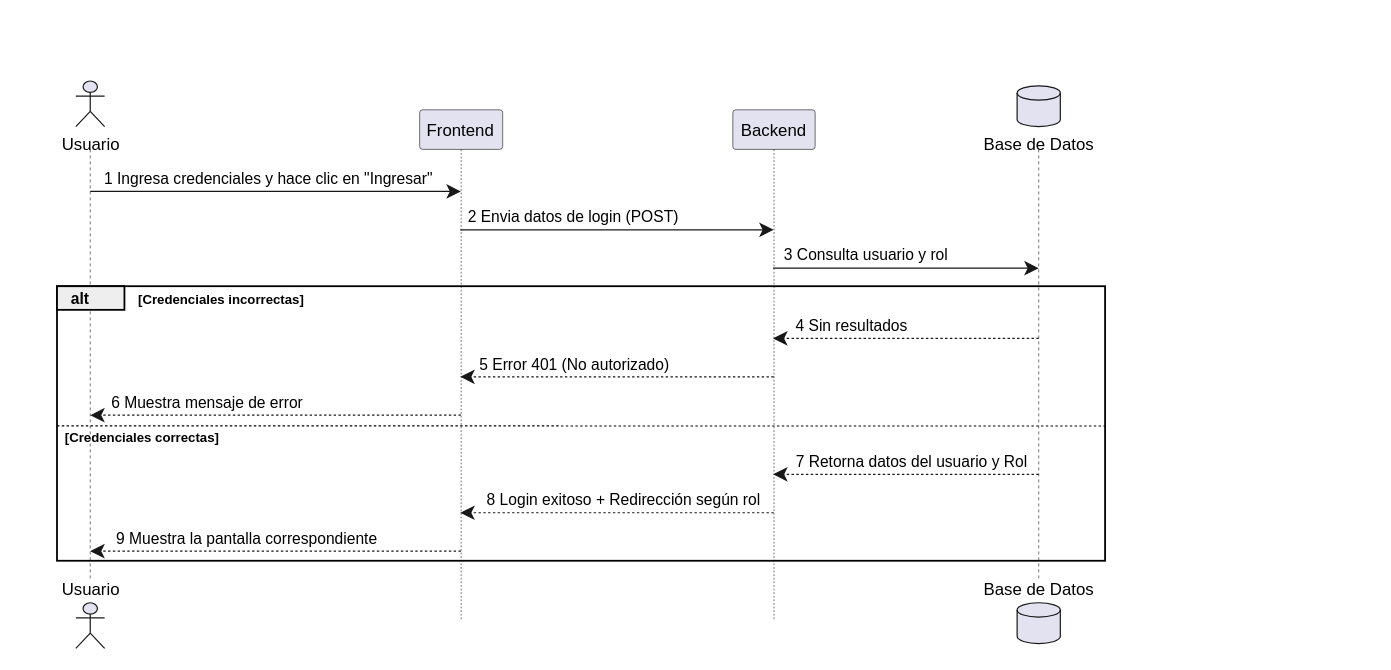
Above: Docs/Diagramas/Diagramas de secuencia/Login con Roles.drawio in Lionel-Martinez/Proyecto-Final-practica-III (draw.io), before the change. Source tidied: cells renumbered, new cells numbered last; positions are measured from the earlier drawing's top-left corner, leaving out a move shared by most shapes. Both pictures are drawn from the tidied source at 120%, with x=0, y=0 at pixel (20, 20).
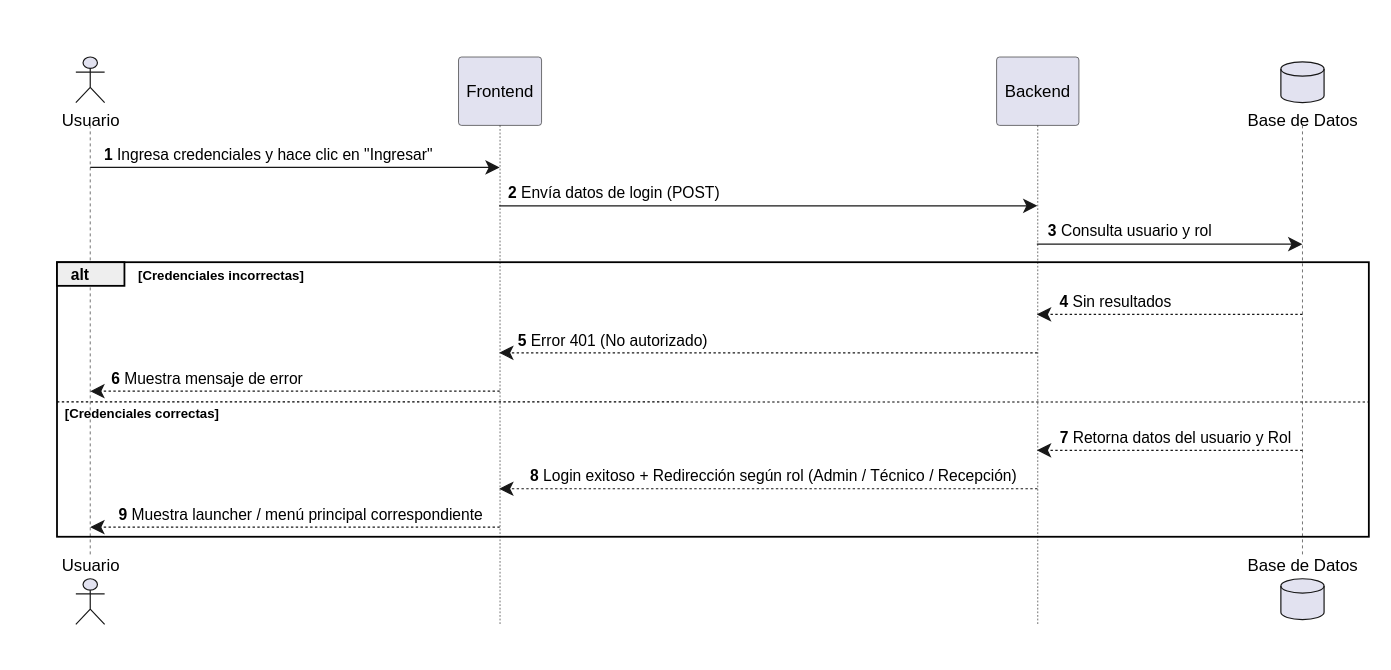
The same page after the edit.

Commit message (it also covers changes not shown here):
cambios en el diagrama de secuencia login con roles(Actualizado para contemplar la redirección al launcher según el rol activo)

The change refers to these unchanged cells:
```xml
<mxCell id="2" style="group;transparentBounds=1;editIcon=1;lockedGroup=0;groupPadding=10;" parent="1" vertex="1">
  <mxGeometry as="geometry" />
</mxCell>
```

Diff of the diagram source:
```diff
@@
-    <mxCell id="3" style="endArrow=none;html=1;strokeColor=#181818;strokeWidth=0.5;dashed=1;dashPattern=5 5;rounded=0;" parent="2" edge="1">
-      <mxGeometry relative="1" as="geometry">
-        <mxPoint x="57.7" y="107" as="sourcePoint" />
-        <mxPoint x="57.7" y="466.8" as="targetPoint" />
-      </mxGeometry>
-    </mxCell>
+    <mxCell id="25" style="endArrow=none;html=1;strokeColor=#181818;strokeWidth=0.5;dashed=1;dashPattern=5 5;rounded=0;" parent="2" edge="1">
+      <mxGeometry relative="1" as="geometry">
+        <mxPoint x="57.7" y="87" as="sourcePoint" />
+        <mxPoint x="57.7" y="446.8" as="targetPoint" />
+      </mxGeometry>
+    </mxCell>
-    <mxCell id="4" value="Frontend" style="shape=umlLifeline;perimeter=lifelinePerimeter;size=33;lifelineMirror=1;outlineConnect=0;portConstraint=eastwest;rounded=1;absoluteArcSize=1;arcSize=5;fillColor=#E2E2F0;strokeColor=#181818;strokeWidth=0.5;fontColor=#000000;fontSize=14;whiteSpace=wrap;html=1;" parent="2" vertex="1">
-      <mxGeometry x="332.2" y="74" width="69.2" height="424.8" as="geometry" />
+    <mxCell id="4" value="Frontend" style="shape=umlLifeline;perimeter=lifelinePerimeter;size=57;lifelineMirror=1;outlineConnect=0;portConstraint=eastwest;rounded=1;absoluteArcSize=1;arcSize=5;fillColor=#E2E2F0;strokeColor=#181818;strokeWidth=0.5;fontColor=#000000;fontSize=14;whiteSpace=wrap;html=1;" parent="2" vertex="1">
+      <mxGeometry x="364.6" y="30" width="69.2" height="472.8" as="geometry" />
     </mxCell>
-    <mxCell id="5" value="Backend" style="shape=umlLifeline;perimeter=lifelinePerimeter;size=33;lifelineMirror=1;outlineConnect=0;portConstraint=eastwest;rounded=1;absoluteArcSize=1;arcSize=5;fillColor=#E2E2F0;strokeColor=#181818;strokeWidth=0.5;fontColor=#000000;fontSize=14;whiteSpace=wrap;html=1;" parent="2" vertex="1">
-      <mxGeometry x="593.2" y="74" width="68.6" height="424.8" as="geometry" />
+    <mxCell id="5" value="Backend" style="shape=umlLifeline;perimeter=lifelinePerimeter;size=57;lifelineMirror=1;outlineConnect=0;portConstraint=eastwest;rounded=1;absoluteArcSize=1;arcSize=5;fillColor=#E2E2F0;strokeColor=#181818;strokeWidth=0.5;fontColor=#000000;fontSize=14;whiteSpace=wrap;html=1;" parent="2" vertex="1">
+      <mxGeometry x="813" y="30" width="68.6" height="472.8" as="geometry" />
     </mxCell>
-    <mxCell id="6" style="endArrow=none;html=1;strokeColor=#181818;strokeWidth=0.5;dashed=1;dashPattern=5 5;rounded=0;" parent="2" edge="1">
-      <mxGeometry relative="1" as="geometry">
-        <mxPoint x="848.1" y="107" as="sourcePoint" />
-        <mxPoint x="848.1" y="466.8" as="targetPoint" />
-      </mxGeometry>
-    </mxCell>
-    <mxCell id="7" style="rounded=0;fillColor=none;strokeColor=#000000;strokeWidth=1.5;" parent="2" vertex="1">
-      <mxGeometry x="30" y="221" width="873.4" height="228.8" as="geometry" />
-    </mxCell>
+    <mxCell id="26" style="endArrow=none;html=1;strokeColor=#181818;strokeWidth=0.5;dashed=1;dashPattern=5 5;rounded=0;" parent="2" edge="1">
+      <mxGeometry relative="1" as="geometry">
+        <mxPoint x="1067.9" y="87" as="sourcePoint" />
+        <mxPoint x="1067.9" y="446.8" as="targetPoint" />
+      </mxGeometry>
+    </mxCell>
+    <mxCell id="27" style="rounded=0;fillColor=none;strokeColor=#000000;strokeWidth=1.5;" parent="2" vertex="1">
+      <mxGeometry x="30" y="201" width="1093.2" height="228.8" as="geometry" />
+    </mxCell>
     <mxCell id="8" value="alt" style="rounded=0;fillColor=#EEEEEE;strokeColor=#000000;strokeWidth=1.5;fontColor=#000000;fontSize=13;fontStyle=1;align=left;spacingLeft=10;verticalAlign=middle;html=1;" parent="2" vertex="1">
-      <mxGeometry x="30" y="221" width="56.2" height="19.7" as="geometry" />
+      <mxGeometry x="30" y="201" width="56.2" height="19.7" as="geometry" />
     </mxCell>
     <mxCell id="9" value="[Credenciales incorrectas]" style="text;html=1;fontColor=#000000;fontSize=11;fontStyle=1;align=left;verticalAlign=middle;" parent="2" vertex="1">
-      <mxGeometry x="96.2" y="224" width="149.5" height="15" as="geometry" />
+      <mxGeometry x="96.2" y="204" width="149.5" height="15" as="geometry" />
     </mxCell>
-    <mxCell id="10" style="endArrow=none;html=1;strokeColor=#000000;strokeWidth=1;dashed=1;dashPattern=2 2;exitX=0;exitY=0.509;exitDx=0;exitDy=0;rounded=0;" parent="2" edge="1" source="7">
-      <mxGeometry relative="1" as="geometry">
-        <mxPoint x="903.4" y="337.5" as="targetPoint" />
-      </mxGeometry>
-    </mxCell>
+    <mxCell id="28" style="endArrow=none;html=1;strokeColor=#000000;strokeWidth=1;dashed=1;dashPattern=2 2;exitX=0;exitY=0.509;exitDx=0;exitDy=0;rounded=0;" parent="2" edge="1" source="27">
+      <mxGeometry relative="1" as="geometry">
+        <mxPoint x="1123.2" y="317.5" as="targetPoint" />
+      </mxGeometry>
+    </mxCell>
     <mxCell id="11" value="[Credenciales correctas]" style="text;html=1;fontColor=#000000;fontSize=11;fontStyle=1;align=left;verticalAlign=middle;" parent="2" vertex="1">
-      <mxGeometry x="35" y="339.5" width="139.4" height="15" as="geometry" />
+      <mxGeometry x="35" y="319.5" width="139.4" height="15" as="geometry" />
     </mxCell>
-    <mxCell id="12" value="1 Ingresa credenciales y hace clic en &quot;Ingresar&quot;" style="endArrow=classic;endFill=1;endSize=9;html=1;rounded=0;edgeStyle=elbowEdgeStyle;elbow=vertical;curved=0;strokeColor=#181818;strokeWidth=1;fontColor=#000000;fontSize=13;verticalAlign=bottom;labelBackgroundColor=none;" parent="2" edge="1" target="4">
-      <mxGeometry x="-0.04" relative="1" as="geometry">
-        <mxPoint x="57.7" y="142" as="sourcePoint" />
+    <mxCell id="12" value="&lt;b&gt;1&lt;/b&gt; Ingresa credenciales y hace clic en &quot;Ingresar&quot;" style="endArrow=classic;endFill=1;endSize=9;html=1;rounded=0;edgeStyle=elbowEdgeStyle;elbow=vertical;curved=0;strokeColor=#181818;strokeWidth=1;fontColor=#000000;fontSize=13;verticalAlign=bottom;labelBackgroundColor=none;" parent="2" edge="1" target="4">
+      <mxGeometry x="-0.13" relative="1" as="geometry">
+        <mxPoint x="57.7" y="122" as="sourcePoint" />
         <Array as="points">
-          <mxPoint x="212" y="142" />
+          <mxPoint x="228" y="122" />
         </Array>
       </mxGeometry>
     </mxCell>
-    <mxCell id="13" value="2 Envia datos de login (POST)" style="endArrow=classic;endFill=1;endSize=9;html=1;rounded=0;edgeStyle=elbowEdgeStyle;elbow=vertical;curved=0;strokeColor=#181818;strokeWidth=1;fontColor=#000000;fontSize=13;verticalAlign=bottom;labelBackgroundColor=none;" parent="2" edge="1" source="4" target="5">
-      <mxGeometry x="-0.28" relative="1" as="geometry">
+    <mxCell id="13" value="&lt;b&gt;2&lt;/b&gt; Envía datos de login (POST)" style="endArrow=classic;endFill=1;endSize=9;html=1;rounded=0;edgeStyle=elbowEdgeStyle;elbow=vertical;curved=0;strokeColor=#181818;strokeWidth=1;fontColor=#000000;fontSize=13;verticalAlign=bottom;labelBackgroundColor=none;" parent="2" edge="1" source="4" target="5">
+      <mxGeometry x="-0.57" relative="1" as="geometry">
         <Array as="points">
-          <mxPoint x="497" y="174" />
+          <mxPoint x="623" y="154" />
         </Array>
       </mxGeometry>
     </mxCell>
-    <mxCell id="14" value="3 Consulta usuario y rol" style="endArrow=classic;endFill=1;endSize=9;html=1;rounded=0;edgeStyle=elbowEdgeStyle;elbow=vertical;curved=0;strokeColor=#181818;strokeWidth=1;fontColor=#000000;fontSize=13;verticalAlign=bottom;labelBackgroundColor=none;" parent="2" edge="1" source="5">
+    <mxCell id="14" value="&lt;b&gt;3&lt;/b&gt; Consulta usuario y rol" style="endArrow=classic;endFill=1;endSize=9;html=1;rounded=0;edgeStyle=elbowEdgeStyle;elbow=vertical;curved=0;strokeColor=#181818;strokeWidth=1;fontColor=#000000;fontSize=13;verticalAlign=bottom;labelBackgroundColor=none;" parent="2" edge="1" source="5">
       <mxGeometry x="-0.3" relative="1" as="geometry">
-        <mxPoint x="848.1" y="206" as="targetPoint" />
+        <mxPoint x="1067.9" y="186" as="targetPoint" />
         <Array as="points">
-          <mxPoint x="738" y="206" />
+          <mxPoint x="958" y="186" />
         </Array>
       </mxGeometry>
     </mxCell>
-    <mxCell id="15" value="4 Sin resultados" style="endArrow=classic;endFill=1;endSize=9;html=1;rounded=0;edgeStyle=elbowEdgeStyle;elbow=vertical;curved=0;strokeColor=#181818;strokeWidth=1;fontColor=#000000;fontSize=13;verticalAlign=bottom;labelBackgroundColor=none;dashed=1;dashPattern=2 2;" parent="2" edge="1" target="5">
+    <mxCell id="15" value="&lt;b&gt;4&lt;/b&gt; Sin resultados" style="endArrow=classic;endFill=1;endSize=9;html=1;rounded=0;edgeStyle=elbowEdgeStyle;elbow=vertical;curved=0;strokeColor=#181818;strokeWidth=1;fontColor=#000000;fontSize=13;verticalAlign=bottom;labelBackgroundColor=none;dashed=1;dashPattern=2 2;" parent="2" edge="1" target="5">
       <mxGeometry x="0.41" relative="1" as="geometry">
-        <mxPoint x="848.1" y="264.5" as="sourcePoint" />
+        <mxPoint x="1067.9" y="244.5" as="sourcePoint" />
         <Array as="points">
-          <mxPoint x="738" y="264.5" />
+          <mxPoint x="958" y="244.5" />
         </Array>
       </mxGeometry>
     </mxCell>
-    <mxCell id="16" value="5 Error 401 (No autorizado)" style="endArrow=classic;endFill=1;endSize=9;html=1;rounded=0;edgeStyle=elbowEdgeStyle;elbow=vertical;curved=0;strokeColor=#181818;strokeWidth=1;fontColor=#000000;fontSize=13;verticalAlign=bottom;labelBackgroundColor=none;dashed=1;dashPattern=2 2;" parent="2" edge="1" source="5" target="4">
-      <mxGeometry x="0.27" relative="1" as="geometry">
+    <mxCell id="16" value="&lt;b&gt;5&lt;/b&gt; Error 401 (No autorizado)" style="endArrow=classic;endFill=1;endSize=9;html=1;rounded=0;edgeStyle=elbowEdgeStyle;elbow=vertical;curved=0;strokeColor=#181818;strokeWidth=1;fontColor=#000000;fontSize=13;verticalAlign=bottom;labelBackgroundColor=none;dashed=1;dashPattern=2 2;" parent="2" edge="1" source="5" target="4">
+      <mxGeometry x="0.58" relative="1" as="geometry">
         <Array as="points">
-          <mxPoint x="497" y="296.5" />
+          <mxPoint x="623" y="276.5" />
         </Array>
       </mxGeometry>
     </mxCell>
-    <mxCell id="17" value="6 Muestra mensaje de error" style="endArrow=classic;endFill=1;endSize=9;html=1;rounded=0;edgeStyle=elbowEdgeStyle;elbow=vertical;curved=0;strokeColor=#181818;strokeWidth=1;fontColor=#000000;fontSize=13;verticalAlign=bottom;labelBackgroundColor=none;dashed=1;dashPattern=2 2;" parent="2" edge="1" source="4">
-      <mxGeometry x="0.37" relative="1" as="geometry">
-        <mxPoint x="57.7" y="328.5" as="targetPoint" />
+    <mxCell id="17" value="&lt;b&gt;6&lt;/b&gt; Muestra mensaje de error" style="endArrow=classic;endFill=1;endSize=9;html=1;rounded=0;edgeStyle=elbowEdgeStyle;elbow=vertical;curved=0;strokeColor=#181818;strokeWidth=1;fontColor=#000000;fontSize=13;verticalAlign=bottom;labelBackgroundColor=none;dashed=1;dashPattern=2 2;" parent="2" edge="1" source="4">
+      <mxGeometry x="0.43" relative="1" as="geometry">
+        <mxPoint x="57.7" y="308.5" as="targetPoint" />
         <Array as="points">
-          <mxPoint x="212" y="328.5" />
+          <mxPoint x="228" y="308.5" />
         </Array>
       </mxGeometry>
     </mxCell>
-    <mxCell id="18" value="7 Retorna datos del usuario y Rol" style="endArrow=classic;endFill=1;endSize=9;html=1;rounded=0;edgeStyle=elbowEdgeStyle;elbow=vertical;curved=0;strokeColor=#181818;strokeWidth=1;fontColor=#000000;fontSize=13;verticalAlign=bottom;labelBackgroundColor=none;dashed=1;dashPattern=2 2;" parent="2" edge="1" target="5">
+    <mxCell id="18" value="&lt;b&gt;7&lt;/b&gt; Retorna datos del usuario y Rol" style="endArrow=classic;endFill=1;endSize=9;html=1;rounded=0;edgeStyle=elbowEdgeStyle;elbow=vertical;curved=0;strokeColor=#181818;strokeWidth=1;fontColor=#000000;fontSize=13;verticalAlign=bottom;labelBackgroundColor=none;dashed=1;dashPattern=2 2;" parent="2" edge="1" target="5">
       <mxGeometry x="-0.04" relative="1" as="geometry">
-        <mxPoint x="848.1" y="377.8" as="sourcePoint" />
+        <mxPoint x="1067.9" y="357.8" as="sourcePoint" />
         <Array as="points">
-          <mxPoint x="738" y="377.8" />
+          <mxPoint x="958" y="357.8" />
         </Array>
       </mxGeometry>
     </mxCell>
-    <mxCell id="19" value="8 Login exitoso + Redirección según rol" style="endArrow=classic;endFill=1;endSize=9;html=1;rounded=0;edgeStyle=elbowEdgeStyle;elbow=vertical;curved=0;strokeColor=#181818;strokeWidth=1;fontColor=#000000;fontSize=13;verticalAlign=bottom;labelBackgroundColor=none;dashed=1;dashPattern=2 2;" parent="2" edge="1" source="5" target="4">
-      <mxGeometry x="-0.04" relative="1" as="geometry">
+    <mxCell id="19" value="&lt;b&gt;8&lt;/b&gt; Login exitoso + Redirección según rol (Admin / Técnico / Recepción)" style="endArrow=classic;endFill=1;endSize=9;html=1;rounded=0;edgeStyle=elbowEdgeStyle;elbow=vertical;curved=0;strokeColor=#181818;strokeWidth=1;fontColor=#000000;fontSize=13;verticalAlign=bottom;labelBackgroundColor=none;dashed=1;dashPattern=2 2;" parent="2" edge="1" source="5" target="4">
+      <mxGeometry x="-0.02" relative="1" as="geometry">
         <Array as="points">
-          <mxPoint x="497" y="409.8" />
+          <mxPoint x="623" y="389.8" />
         </Array>
       </mxGeometry>
     </mxCell>
-    <mxCell id="20" value="9 Muestra la pantalla correspondiente" style="endArrow=classic;endFill=1;endSize=9;html=1;rounded=0;edgeStyle=elbowEdgeStyle;elbow=vertical;curved=0;strokeColor=#181818;strokeWidth=1;fontColor=#000000;fontSize=13;verticalAlign=bottom;labelBackgroundColor=none;dashed=1;dashPattern=2 2;" parent="2" edge="1" source="4">
-      <mxGeometry x="0.16" relative="1" as="geometry">
-        <mxPoint x="57.7" y="441.8" as="targetPoint" />
-        <Array as="points">
-          <mxPoint x="212" y="441.8" />
-        </Array>
-      </mxGeometry>
-    </mxCell>
+    <mxCell id="29" value="&lt;b&gt;9&lt;/b&gt; Muestra launcher / menú principal correspondiente" style="endArrow=classic;endFill=1;endSize=9;html=1;rounded=0;edgeStyle=elbowEdgeStyle;elbow=vertical;curved=0;strokeColor=#181818;strokeWidth=1;fontColor=#000000;fontSize=13;verticalAlign=bottom;labelBackgroundColor=none;dashed=1;dashPattern=2 2;" parent="2" edge="1" source="4">
+      <mxGeometry x="-0.03" relative="1" as="geometry">
+        <mxPoint x="57.7" y="421.8" as="targetPoint" />
+        <Array as="points">
+          <mxPoint x="228" y="421.8" />
+        </Array>
+      </mxGeometry>
+    </mxCell>
     <mxCell id="21" value="Usuario" style="shape=umlActor;verticalLabelPosition=bottom;verticalAlign=top;fillColor=#E2E2F0;strokeColor=#181818;fontColor=#000000;fontSize=14;html=1;" parent="2" vertex="1">
-      <mxGeometry x="45.7" y="50" width="24" height="38" as="geometry" />
+      <mxGeometry x="45.7" y="30" width="24" height="38" as="geometry" />
     </mxCell>
     <mxCell id="22" value="Usuario" style="shape=umlActor;verticalLabelPosition=top;verticalAlign=bottom;fillColor=#E2E2F0;strokeColor=#181818;fontColor=#000000;fontSize=14;html=1;" parent="2" vertex="1">
-      <mxGeometry x="45.7" y="484.8" width="24" height="38" as="geometry" />
+      <mxGeometry x="45.7" y="464.8" width="24" height="38" as="geometry" />
     </mxCell>
     <mxCell id="23" value="Base de Datos" style="shape=cylinder3;size=6;verticalLabelPosition=bottom;verticalAlign=top;fillColor=#E2E2F0;strokeColor=#181818;fontColor=#000000;fontSize=14;html=1;" parent="2" vertex="1">
-      <mxGeometry x="830.1" y="54" width="36" height="34" as="geometry" />
+      <mxGeometry x="1049.9" y="34" width="36" height="34" as="geometry" />
     </mxCell>
     <mxCell id="24" value="Base de Datos" style="shape=cylinder3;size=6;verticalLabelPosition=top;verticalAlign=bottom;fillColor=#E2E2F0;strokeColor=#181818;fontColor=#000000;fontSize=14;html=1;" parent="2" vertex="1">
-      <mxGeometry x="830.1" y="484.8" width="36" height="34" as="geometry" />
+      <mxGeometry x="1049.9" y="464.8" width="36" height="34" as="geometry" />
     </mxCell>
```
